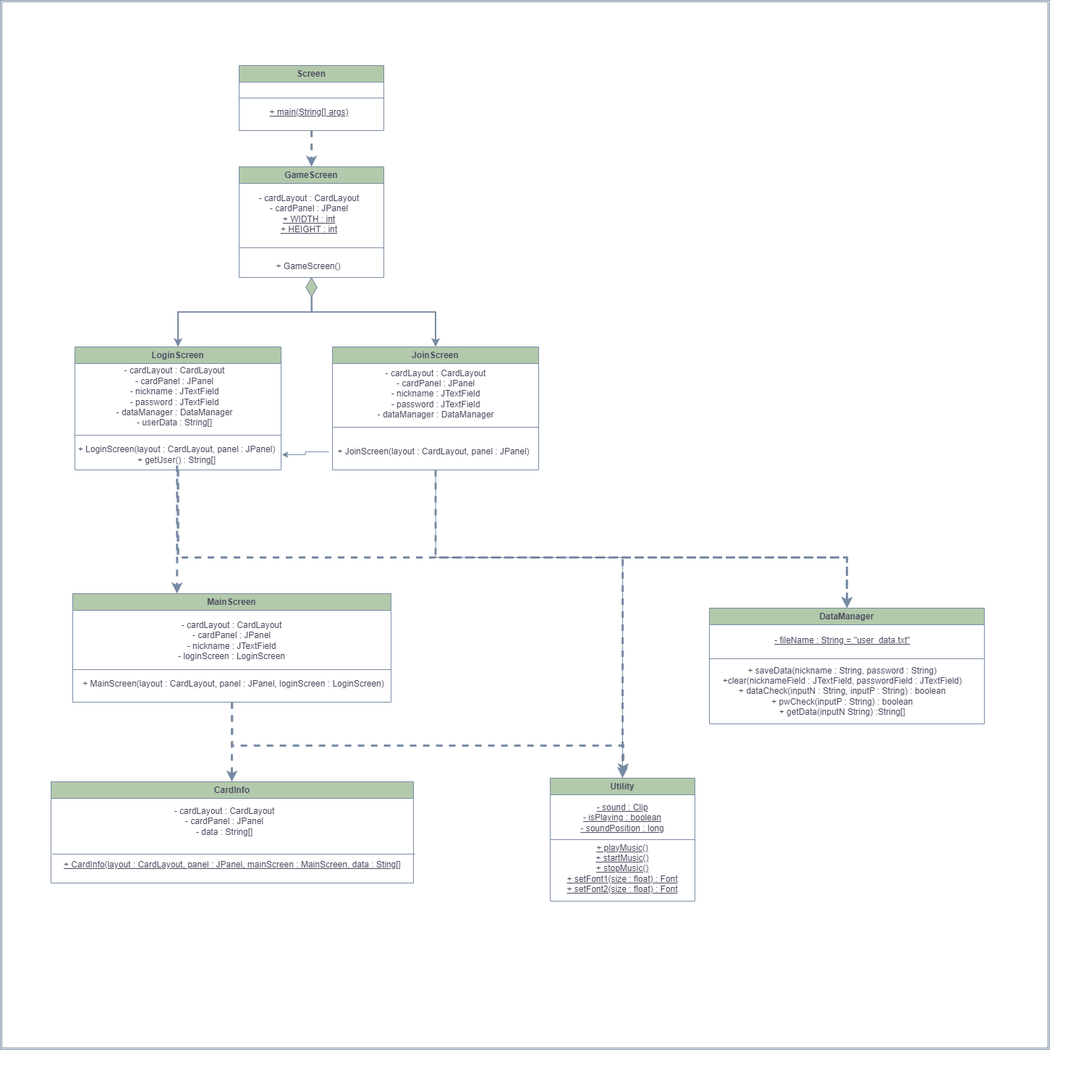
dmsqls0704/software keeps this draw.io diagram as classDiagram.png. Above is the earlier version. Source tidied: cells renumbered, new cells last; positions are measured from the earlier drawing's top-left corner, leaving out a move shared by most shapes.
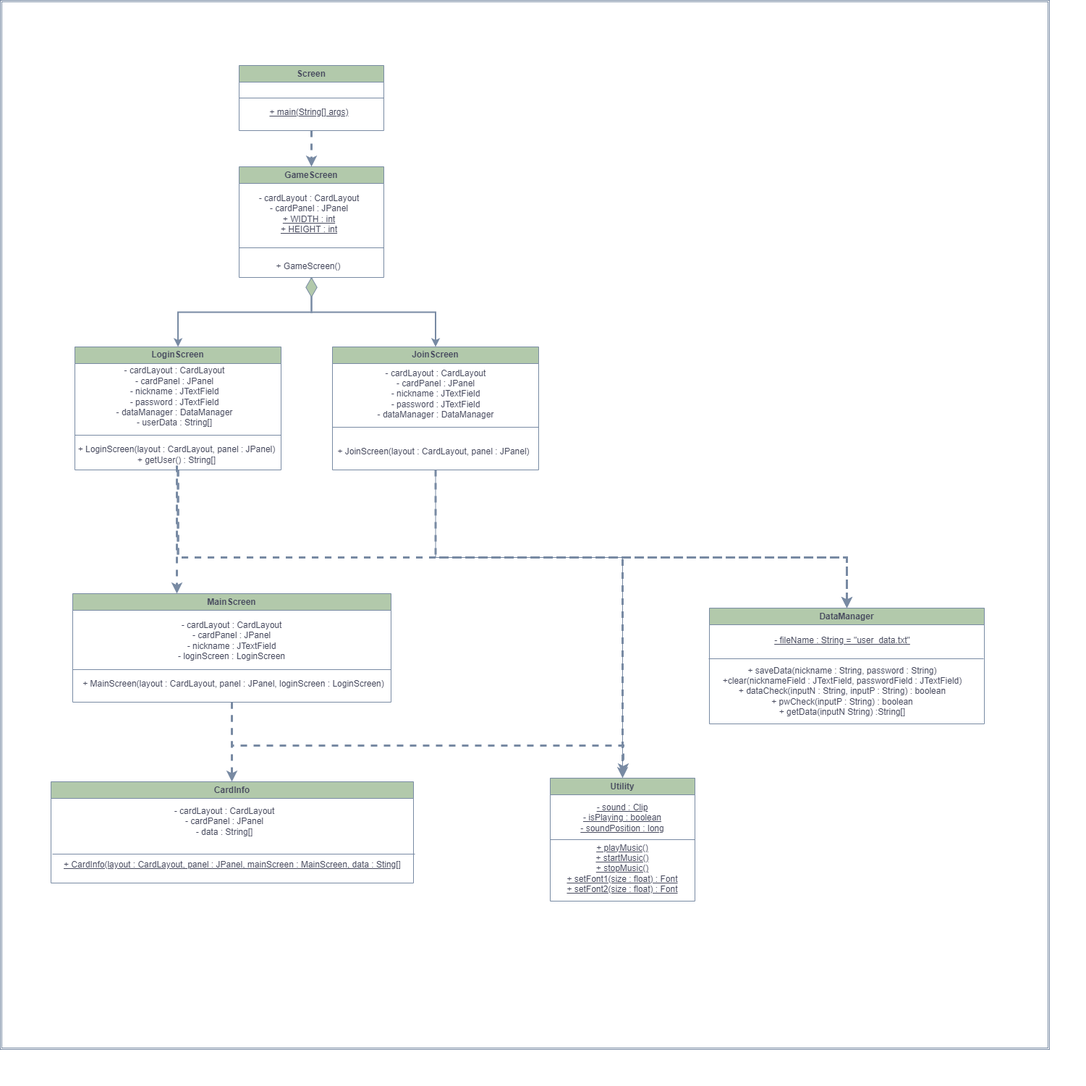
After the commit.

The edit, as a diff of the source:
```diff
@@ -161,9 +161,6 @@
     <mxCell id="40" value="+ saveData(nickname : String, password : String)&lt;br&gt;+clear(nicknameField : JTextField, passwordField : JTextField)&lt;br&gt;+ dataCheck(inputN : String, inputP : String) : boolean&lt;br&gt;+ pwCheck(inputP : String) : boolean&lt;br&gt;+ getData(inputN String) :String[]" style="text;html=1;strokeColor=none;fillColor=none;align=center;verticalAlign=middle;whiteSpace=wrap;rounded=0;labelBackgroundColor=none;fontColor=#46495D;" parent="38" vertex="1">
       <mxGeometry x="-1" y="100" width="370" height="30" as="geometry" />
     </mxCell>
-    <mxCell id="41" style="edgeStyle=orthogonalEdgeStyle;rounded=0;jettySize=auto;html=1;strokeColor=#788AA3;fontColor=#46495D;fillColor=#B2C9AB;" parent="3" edge="1" source="18" target="22">
-      <mxGeometry relative="1" as="geometry" />
-    </mxCell>
     <mxCell id="42" value="Utility" style="swimlane;whiteSpace=wrap;html=1;rounded=0;labelBackgroundColor=none;fillColor=#B2C9AB;strokeColor=#788AA3;fontColor=#46495D;" parent="2" vertex="1">
       <mxGeometry x="760" y="1075" width="200" height="170" as="geometry" />
     </mxCell>
```
